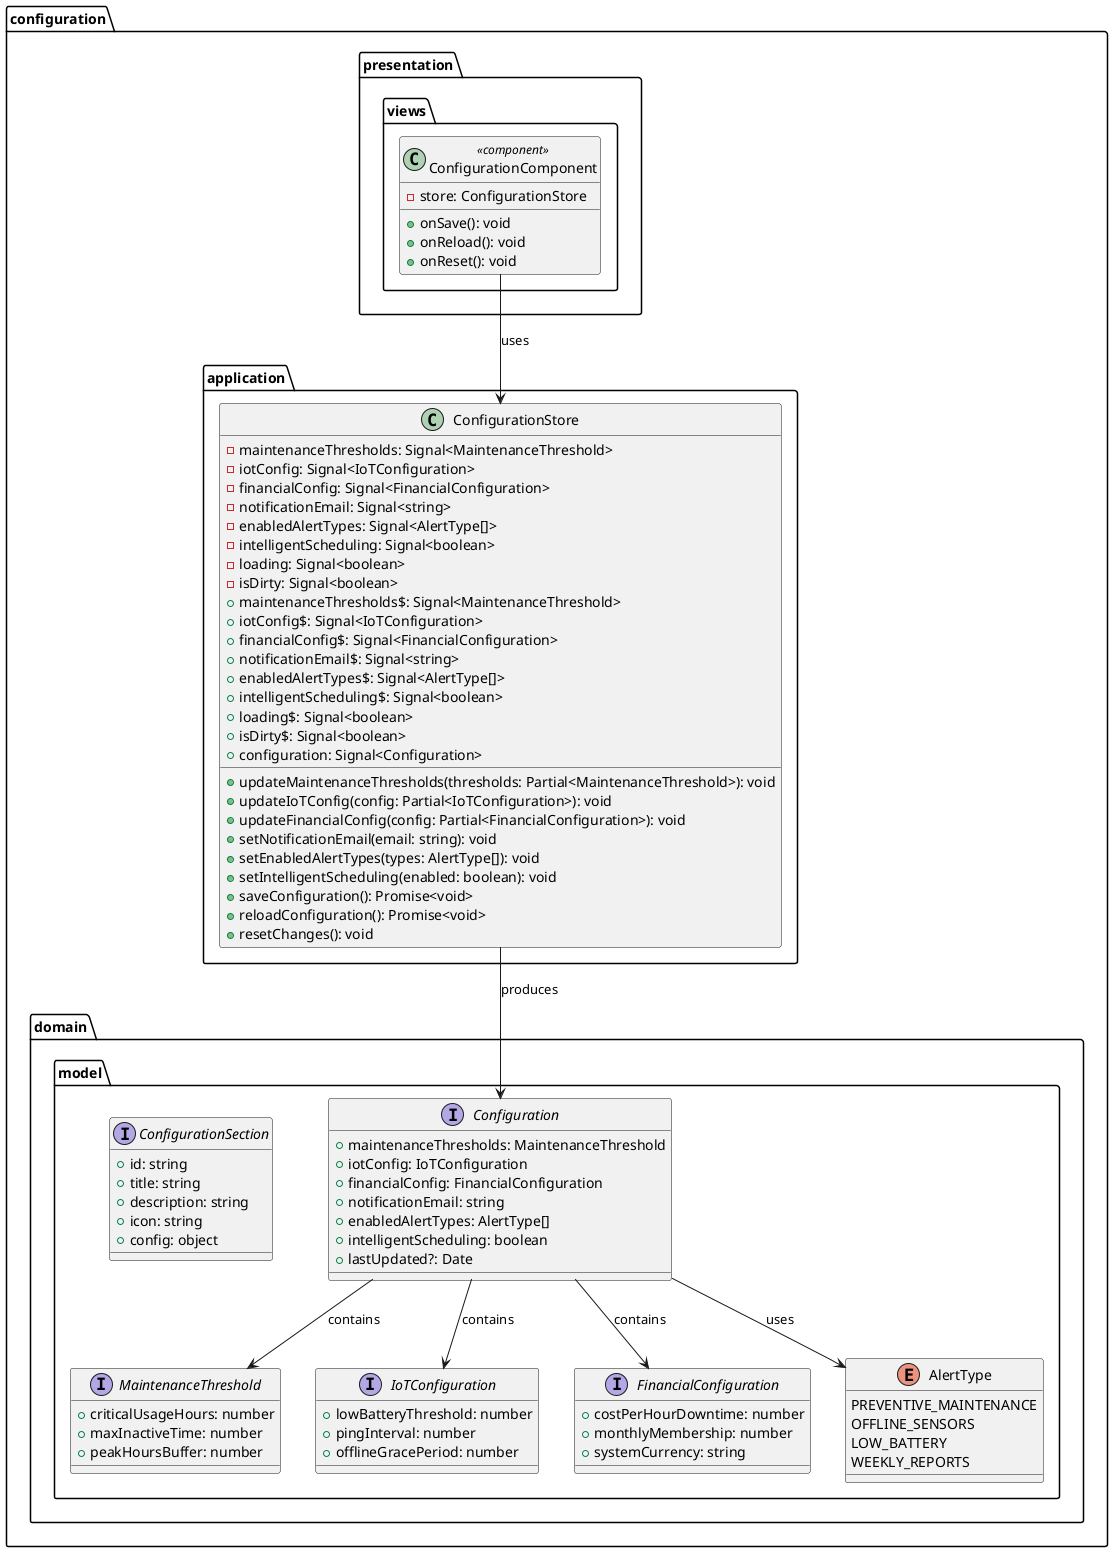
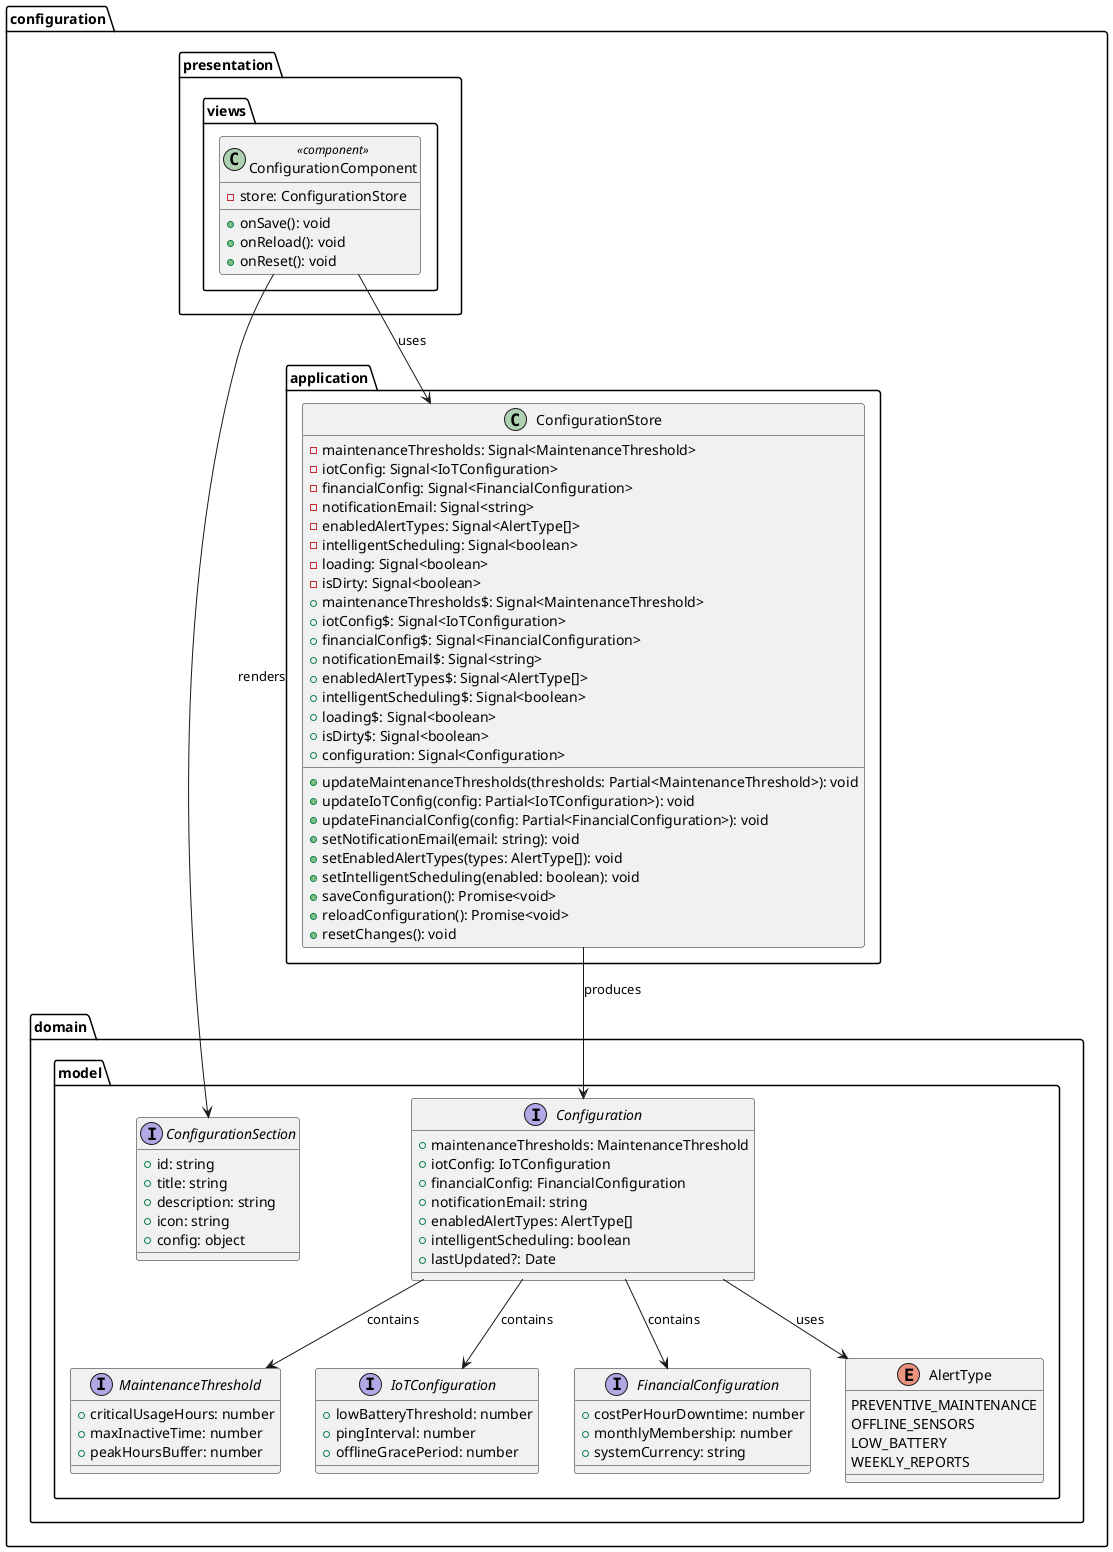
@startuml BC-11_Configuration

package "configuration.domain.model" {
  interface MaintenanceThreshold {
    + criticalUsageHours: number
    + maxInactiveTime: number
    + peakHoursBuffer: number
  }

  interface IoTConfiguration {
    + lowBatteryThreshold: number
    + pingInterval: number
    + offlineGracePeriod: number
  }

  interface FinancialConfiguration {
    + costPerHourDowntime: number
    + monthlyMembership: number
    + systemCurrency: string
  }

  interface Configuration {
    + maintenanceThresholds: MaintenanceThreshold
    + iotConfig: IoTConfiguration
    + financialConfig: FinancialConfiguration
    + notificationEmail: string
    + enabledAlertTypes: AlertType[]
    + intelligentScheduling: boolean
    + lastUpdated?: Date
  }

  interface ConfigurationSection {
    + id: string
    + title: string
    + description: string
    + icon: string
    + config: object
  }

  enum AlertType {
    PREVENTIVE_MAINTENANCE
    OFFLINE_SENSORS
    LOW_BATTERY
    WEEKLY_REPORTS
  }
}

package "configuration.application" {
  class ConfigurationStore {
    - maintenanceThresholds: Signal<MaintenanceThreshold>
    - iotConfig: Signal<IoTConfiguration>
    - financialConfig: Signal<FinancialConfiguration>
    - notificationEmail: Signal<string>
    - enabledAlertTypes: Signal<AlertType[]>
    - intelligentScheduling: Signal<boolean>
    - loading: Signal<boolean>
    - isDirty: Signal<boolean>
    + maintenanceThresholds$: Signal<MaintenanceThreshold>
    + iotConfig$: Signal<IoTConfiguration>
    + financialConfig$: Signal<FinancialConfiguration>
    + notificationEmail$: Signal<string>
    + enabledAlertTypes$: Signal<AlertType[]>
    + intelligentScheduling$: Signal<boolean>
    + loading$: Signal<boolean>
    + isDirty$: Signal<boolean>
    + configuration: Signal<Configuration>
    + updateMaintenanceThresholds(thresholds: Partial<MaintenanceThreshold>): void
    + updateIoTConfig(config: Partial<IoTConfiguration>): void
    + updateFinancialConfig(config: Partial<FinancialConfiguration>): void
    + setNotificationEmail(email: string): void
    + setEnabledAlertTypes(types: AlertType[]): void
    + setIntelligentScheduling(enabled: boolean): void
    + saveConfiguration(): Promise<void>
    + reloadConfiguration(): Promise<void>
    + resetChanges(): void
  }
}

package "configuration.presentation.views" {
  class ConfigurationComponent <<component>> {
    - store: ConfigurationStore
    + onSave(): void
    + onReload(): void
    + onReset(): void
  }
}

ConfigurationStore --> Configuration : produces
Configuration --> MaintenanceThreshold : contains
Configuration --> IoTConfiguration : contains
Configuration --> FinancialConfiguration : contains
Configuration --> AlertType : uses
ConfigurationComponent --> ConfigurationStore : uses
+ ConfigurationComponent --> ConfigurationSection : renders

@enduml
